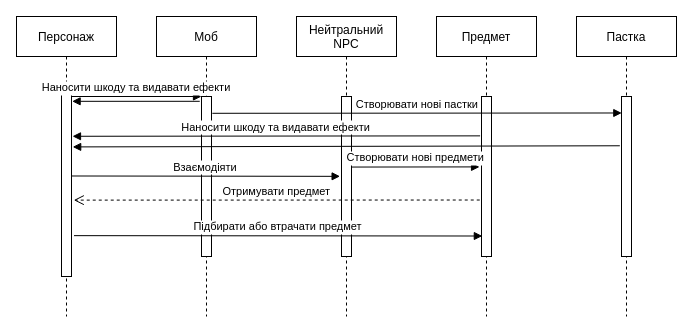
This is sequence diagram.drawio from kallDun/DrawIO, a draw.io file, before an edit. Source tidied: cells renumbered, new cells numbered last; positions are measured from the earlier drawing's top-left corner, leaving out a move shared by most shapes. Both pictures are drawn from the tidied source at 100%, with x=0, y=0 at pixel (16, 16).
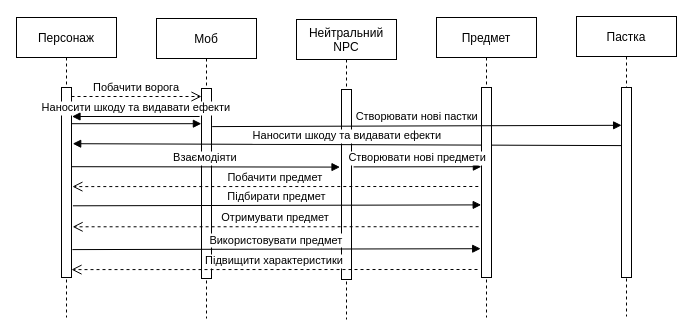
Above is the later version.

Unchanged cells that the change refers to:
```xml
<mxCell id="3" style="points=[];perimeter=orthogonalPerimeter;rounded=0;shadow=0;strokeWidth=1;" parent="2" vertex="1">
  <mxGeometry x="45" y="70" width="10" height="190" as="geometry" />
</mxCell>
<mxCell id="11" value="Пастка" style="shape=umlLifeline;perimeter=lifelinePerimeter;rounded=0;shadow=0;strokeWidth=1;" parent="1" vertex="1">
  <mxGeometry x="560" width="100" height="300" as="geometry" />
</mxCell>
```

Change to the diagram source:
```diff
@@
     <mxCell id="2" value="Персонаж" style="shape=umlLifeline;perimeter=lifelinePerimeter;rounded=0;shadow=0;strokeWidth=1;" parent="1" vertex="1">
-      <mxGeometry width="100" height="300" as="geometry" />
+      <mxGeometry y="1" width="100" height="300" as="geometry" />
     </mxCell>
@@
     <mxCell id="4" value="Моб" style="shape=umlLifeline;perimeter=lifelinePerimeter;rounded=0;shadow=0;strokeWidth=1;" parent="1" vertex="1">
-      <mxGeometry x="140" width="100" height="300" as="geometry" />
+      <mxGeometry x="140" y="2" width="100" height="300" as="geometry" />
     </mxCell>
     <mxCell id="5" style="points=[];perimeter=orthogonalPerimeter;rounded=0;shadow=0;strokeWidth=1;" parent="4" vertex="1">
-      <mxGeometry x="45" y="80" width="10" height="160" as="geometry" />
+      <mxGeometry x="45" y="70" width="10" height="190" as="geometry" />
     </mxCell>
+    <mxCell id="14" value="Взаємодіяти" style="verticalAlign=bottom;endArrow=block;shadow=0;strokeWidth=1;exitX=0.996;exitY=0.471;exitDx=0;exitDy=0;exitPerimeter=0;entryX=-0.14;entryY=0.499;entryDx=0;entryDy=0;entryPerimeter=0;" parent="4" edge="1">
+      <mxGeometry relative="1" as="geometry">
+        <mxPoint x="-85.1" y="148.2" as="sourcePoint" />
+        <mxPoint x="183.5" y="148.6" as="targetPoint" />
+      </mxGeometry>
+    </mxCell>
     <mxCell id="6" value="Наносити шкоду та видавати ефекти" style="verticalAlign=bottom;endArrow=block;entryX=0;entryY=0;shadow=0;strokeWidth=1;" parent="1" edge="1">
-      <mxGeometry relative="1" as="geometry">
-        <mxPoint x="55" y="80" as="sourcePoint" />
-        <mxPoint x="185" y="80" as="targetPoint" />
+      <mxGeometry y="7" relative="1" as="geometry">
+        <mxPoint x="54.9" y="107.2" as="sourcePoint" />
+        <mxPoint x="184.9" y="107.2" as="targetPoint" />
       </mxGeometry>
     </mxCell>
     <mxCell id="7" value="Нейтральний &#10;NPC" style="shape=umlLifeline;perimeter=lifelinePerimeter;rounded=0;shadow=0;strokeWidth=1;" parent="1" vertex="1">
-      <mxGeometry x="280" width="100" height="300" as="geometry" />
+      <mxGeometry x="280" y="3" width="100" height="300" as="geometry" />
     </mxCell>
     <mxCell id="8" style="points=[];perimeter=orthogonalPerimeter;rounded=0;shadow=0;strokeWidth=1;" parent="7" vertex="1">
-      <mxGeometry x="45" y="80" width="10" height="160" as="geometry" />
+      <mxGeometry x="45" y="70" width="10" height="190" as="geometry" />
     </mxCell>
+    <mxCell id="16" value="Наносити шкоду та видавати ефекти" style="verticalAlign=bottom;endArrow=block;entryX=1.2;entryY=0.225;shadow=0;strokeWidth=1;entryDx=0;entryDy=0;entryPerimeter=0;exitX=-0.067;exitY=0.229;exitDx=0;exitDy=0;exitPerimeter=0;" parent="7" edge="1">
+      <mxGeometry relative="1" as="geometry">
+        <mxPoint x="324.9" y="126.1" as="sourcePoint" />
+        <mxPoint x="-223.8" y="124.2" as="targetPoint" />
+      </mxGeometry>
+    </mxCell>
+    <mxCell id="21" value="Використовувати предмет" style="verticalAlign=bottom;endArrow=block;shadow=0;strokeWidth=1;exitX=1.25;exitY=0.785;exitDx=0;exitDy=0;exitPerimeter=0;entryX=0.083;entryY=0.872;entryDx=0;entryDy=0;entryPerimeter=0;" parent="7" edge="1">
+      <mxGeometry relative="1" as="geometry">
+        <mxPoint x="-224.1" y="230.1" as="sourcePoint" />
+        <mxPoint x="184.2" y="229.2" as="targetPoint" />
+      </mxGeometry>
+    </mxCell>
+    <mxCell id="22" value="Підвищити характеристики" style="verticalAlign=bottom;endArrow=open;dashed=1;endSize=8;exitX=-0.176;exitY=0.647;shadow=0;strokeWidth=1;exitDx=0;exitDy=0;exitPerimeter=0;entryX=1.226;entryY=0.598;entryDx=0;entryDy=0;entryPerimeter=0;" parent="7" edge="1">
+      <mxGeometry relative="1" as="geometry">
+        <mxPoint x="181" y="250" as="sourcePoint" />
+        <mxPoint x="-225" y="250.1" as="targetPoint" />
+      </mxGeometry>
+    </mxCell>
     <mxCell id="9" value="Предмет" style="shape=umlLifeline;perimeter=lifelinePerimeter;rounded=0;shadow=0;strokeWidth=1;" parent="1" vertex="1">
-      <mxGeometry x="420" width="100" height="300" as="geometry" />
+      <mxGeometry x="420" y="1" width="100" height="300" as="geometry" />
     </mxCell>
     <mxCell id="10" style="points=[];perimeter=orthogonalPerimeter;rounded=0;shadow=0;strokeWidth=1;" parent="9" vertex="1">
-      <mxGeometry x="45" y="80" width="10" height="160" as="geometry" />
+      <mxGeometry x="45" y="70" width="10" height="190" as="geometry" />
     </mxCell>
+    <mxCell id="19" value="Створювати нові предмети" style="verticalAlign=bottom;endArrow=block;shadow=0;strokeWidth=1;exitX=1.028;exitY=0.441;exitDx=0;exitDy=0;exitPerimeter=0;entryX=-0.194;entryY=0.44;entryDx=0;entryDy=0;entryPerimeter=0;" parent="9" edge="1">
+      <mxGeometry relative="1" as="geometry">
+        <mxPoint x="-82.9" y="149.4" as="sourcePoint" />
+        <mxPoint x="44.9" y="149.2" as="targetPoint" />
+      </mxGeometry>
+    </mxCell>
@@
     <mxCell id="12" style="points=[];perimeter=orthogonalPerimeter;rounded=0;shadow=0;strokeWidth=1;" parent="11" vertex="1">
-      <mxGeometry x="45" y="80" width="10" height="160" as="geometry" />
+      <mxGeometry x="45" y="71" width="10" height="190" as="geometry" />
     </mxCell>
-    <mxCell id="13" style="verticalAlign=bottom;endArrow=block;entryX=1.062;entryY=0.078;shadow=0;strokeWidth=1;entryDx=0;entryDy=0;entryPerimeter=0;exitX=-0.176;exitY=0.03;exitDx=0;exitDy=0;exitPerimeter=0;" parent="1" edge="1" source="5" target="3">
-      <mxGeometry relative="1" as="geometry" />
+    <mxCell id="13" style="verticalAlign=bottom;endArrow=block;entryX=1.062;entryY=0.078;shadow=0;strokeWidth=1;entryDx=0;entryDy=0;entryPerimeter=0;exitX=-0.176;exitY=0.03;exitDx=0;exitDy=0;exitPerimeter=0;" parent="1" edge="1">
+      <mxGeometry relative="1" as="geometry">
+        <mxPoint x="183.1" y="100" as="sourcePoint" />
+        <mxPoint x="55.5" y="100" as="targetPoint" />
+      </mxGeometry>
     </mxCell>
-    <mxCell id="14" value="Взаємодіяти" style="verticalAlign=bottom;endArrow=block;shadow=0;strokeWidth=1;exitX=0.996;exitY=0.471;exitDx=0;exitDy=0;exitPerimeter=0;entryX=-0.14;entryY=0.499;entryDx=0;entryDy=0;entryPerimeter=0;" parent="1" edge="1" source="3" target="8">
-      <mxGeometry relative="1" as="geometry" />
-    </mxCell>
-    <mxCell id="15" value="Отримувати предмет" style="verticalAlign=bottom;endArrow=open;dashed=1;endSize=8;exitX=-0.176;exitY=0.647;shadow=0;strokeWidth=1;exitDx=0;exitDy=0;exitPerimeter=0;entryX=1.226;entryY=0.598;entryDx=0;entryDy=0;entryPerimeter=0;" parent="1" edge="1" source="10" target="3">
-      <mxGeometry relative="1" as="geometry" />
+    <mxCell id="15" value="Отримувати предмет" style="verticalAlign=bottom;endArrow=open;dashed=1;endSize=8;exitX=-0.176;exitY=0.647;shadow=0;strokeWidth=1;exitDx=0;exitDy=0;exitPerimeter=0;entryX=1.226;entryY=0.598;entryDx=0;entryDy=0;entryPerimeter=0;" parent="1" edge="1">
+      <mxGeometry relative="1" as="geometry">
+        <mxPoint x="462.1" y="210.2" as="sourcePoint" />
+        <mxPoint x="56.1" y="210.3" as="targetPoint" />
+      </mxGeometry>
     </mxCell>
-    <mxCell id="16" value="Наносити шкоду та видавати ефекти" style="verticalAlign=bottom;endArrow=block;entryX=1.1;entryY=0.262;shadow=0;strokeWidth=1;entryDx=0;entryDy=0;entryPerimeter=0;exitX=-0.14;exitY=0.246;exitDx=0;exitDy=0;exitPerimeter=0;" parent="1" edge="1" source="10" target="3">
-      <mxGeometry relative="1" as="geometry" />
-    </mxCell>
-    <mxCell id="17" style="verticalAlign=bottom;endArrow=block;shadow=0;strokeWidth=1;exitX=-0.167;exitY=0.308;exitDx=0;exitDy=0;exitPerimeter=0;entryX=1.119;entryY=0.318;entryDx=0;entryDy=0;entryPerimeter=0;" parent="1" edge="1" source="12" target="3">
-      <mxGeometry relative="1" as="geometry" />
-    </mxCell>
-    <mxCell id="18" value="Підбирати або втрачати предмет" style="verticalAlign=bottom;endArrow=block;shadow=0;strokeWidth=1;exitX=1.25;exitY=0.785;exitDx=0;exitDy=0;exitPerimeter=0;entryX=0.083;entryY=0.872;entryDx=0;entryDy=0;entryPerimeter=0;" parent="1" edge="1" source="3" target="10">
-      <mxGeometry relative="1" as="geometry" />
+    <mxCell id="18" value="Підбирати предмет" style="verticalAlign=bottom;endArrow=block;shadow=0;strokeWidth=1;exitX=1.25;exitY=0.785;exitDx=0;exitDy=0;exitPerimeter=0;entryX=0.083;entryY=0.872;entryDx=0;entryDy=0;entryPerimeter=0;" parent="1" edge="1">
+      <mxGeometry relative="1" as="geometry">
+        <mxPoint x="56.4" y="189.3" as="sourcePoint" />
+        <mxPoint x="464.7" y="188.4" as="targetPoint" />
+      </mxGeometry>
     </mxCell>
-    <mxCell id="19" value="Створювати нові предмети" style="verticalAlign=bottom;endArrow=block;shadow=0;strokeWidth=1;exitX=1.028;exitY=0.441;exitDx=0;exitDy=0;exitPerimeter=0;entryX=-0.194;entryY=0.44;entryDx=0;entryDy=0;entryPerimeter=0;" parent="1" edge="1" source="8" target="10">
-      <mxGeometry relative="1" as="geometry" />
-    </mxCell>
-    <mxCell id="20" value="Створювати нові пастки" style="verticalAlign=bottom;endArrow=block;shadow=0;strokeWidth=1;exitX=1.083;exitY=0.105;exitDx=0;exitDy=0;exitPerimeter=0;entryX=0.028;entryY=0.103;entryDx=0;entryDy=0;entryPerimeter=0;" parent="1" edge="1" source="5" target="12">
-      <mxGeometry relative="1" as="geometry" />
+    <mxCell id="20" value="Створювати нові пастки" style="verticalAlign=bottom;endArrow=block;shadow=0;strokeWidth=1;exitX=1.083;exitY=0.105;exitDx=0;exitDy=0;exitPerimeter=0;entryX=0.028;entryY=0.103;entryDx=0;entryDy=0;entryPerimeter=0;" parent="1" edge="1">
+      <mxGeometry relative="1" as="geometry">
+        <mxPoint x="195.7" y="110.1" as="sourcePoint" />
+        <mxPoint x="605.1" y="108.8" as="targetPoint" />
+      </mxGeometry>
     </mxCell>
+    <mxCell id="23" value="Побачити предмет" style="verticalAlign=bottom;endArrow=open;dashed=1;endSize=8;exitX=-0.176;exitY=0.647;shadow=0;strokeWidth=1;exitDx=0;exitDy=0;exitPerimeter=0;entryX=1.226;entryY=0.598;entryDx=0;entryDy=0;entryPerimeter=0;" parent="1" edge="1">
+      <mxGeometry relative="1" as="geometry">
+        <mxPoint x="461.8" y="170" as="sourcePoint" />
+        <mxPoint x="55.9" y="170.1" as="targetPoint" />
+      </mxGeometry>
+    </mxCell>
+    <mxCell id="24" value="Побачити ворога" style="verticalAlign=bottom;endArrow=open;dashed=1;endSize=8;shadow=0;strokeWidth=1;" parent="1" edge="1">
+      <mxGeometry relative="1" as="geometry">
+        <mxPoint x="55" y="80" as="sourcePoint" />
+        <mxPoint x="185" y="80" as="targetPoint" />
+      </mxGeometry>
+    </mxCell>
```
